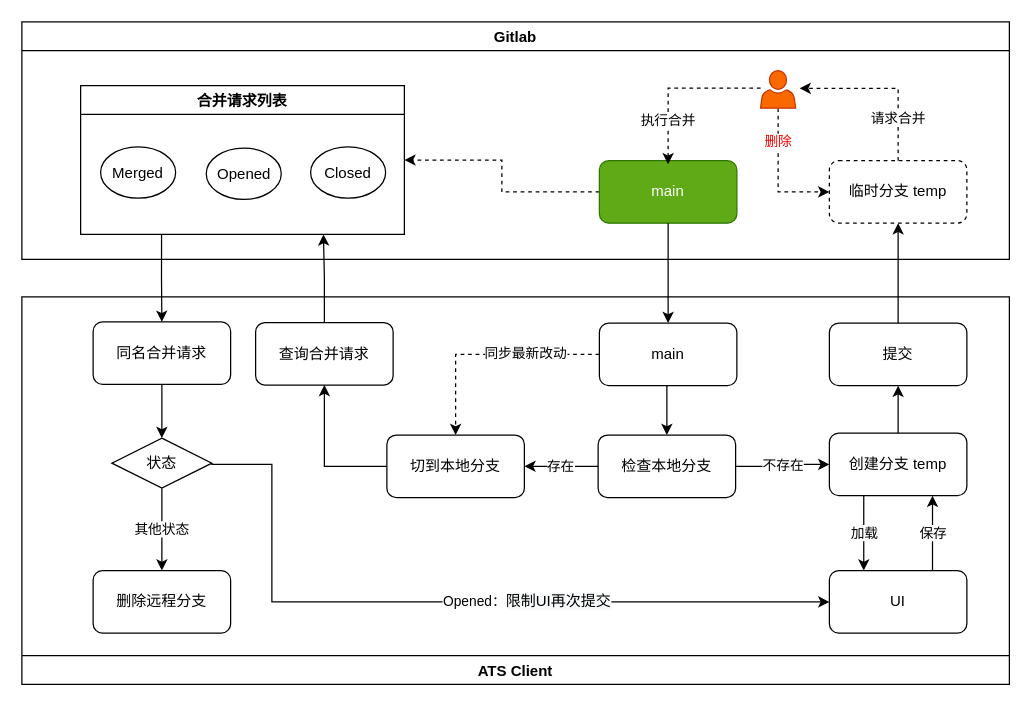
The draw.io diagram Draw/ATS/细则管理.drawio in huangjia2107/DrawOnline, before the edit. Source tidied: cells renumbered, new cells numbered last; positions are measured from the earlier drawing's top-left corner, leaving out a move shared by most shapes. Both pictures are drawn from the tidied source at 125%, with x=0, y=0 at pixel (21, 21).
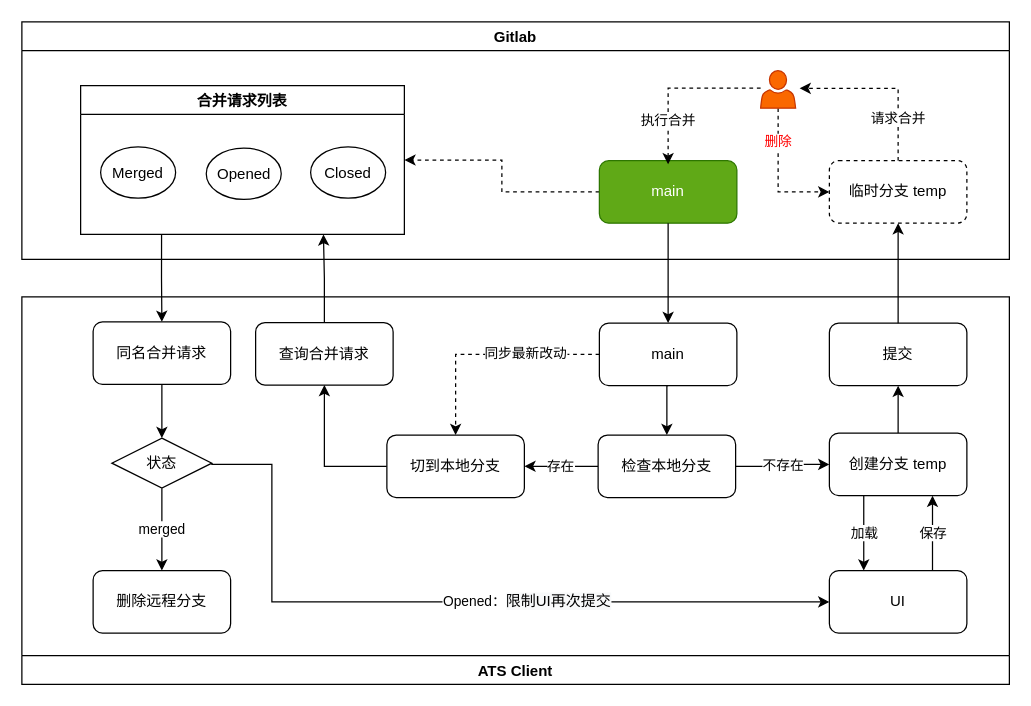
The same page after the edit.

Commit message:
更新细则管理.drawio

The change refers to these unchanged cells:
```xml
<mxCell id="16" value="ATS Client" style="swimlane;flipV=1;" parent="1" vertex="1">
  <mxGeometry y="220" width="790" height="310" as="geometry" />
</mxCell>
<mxCell id="30" value="状态" style="rhombus;whiteSpace=wrap;html=1;gradientColor=#ffffff;" parent="16" vertex="1">
  <mxGeometry x="72" y="113" width="80" height="40" as="geometry" />
</mxCell>
<mxCell id="33" value="删除远程分支" style="rounded=1;whiteSpace=wrap;html=1;" parent="16" vertex="1">
  <mxGeometry x="57" y="219" width="110" height="50" as="geometry" />
</mxCell>
```

The edit, as a diff of the source:
```diff
@@
-    <mxCell id="29" value="其他状态" style="edgeStyle=orthogonalEdgeStyle;rounded=0;jettySize=auto;html=1;exitX=0.5;exitY=1;exitDx=0;exitDy=0;fontColor=#000000;strokeColor=#000000;" parent="16" edge="1" source="30" target="33">
+    <mxCell id="29" value="merged" style="edgeStyle=orthogonalEdgeStyle;rounded=0;jettySize=auto;html=1;exitX=0.5;exitY=1;exitDx=0;exitDy=0;fontColor=#000000;strokeColor=#000000;" parent="16" edge="1" source="30" target="33">
       <mxGeometry relative="1" as="geometry" />
     </mxCell>
```
